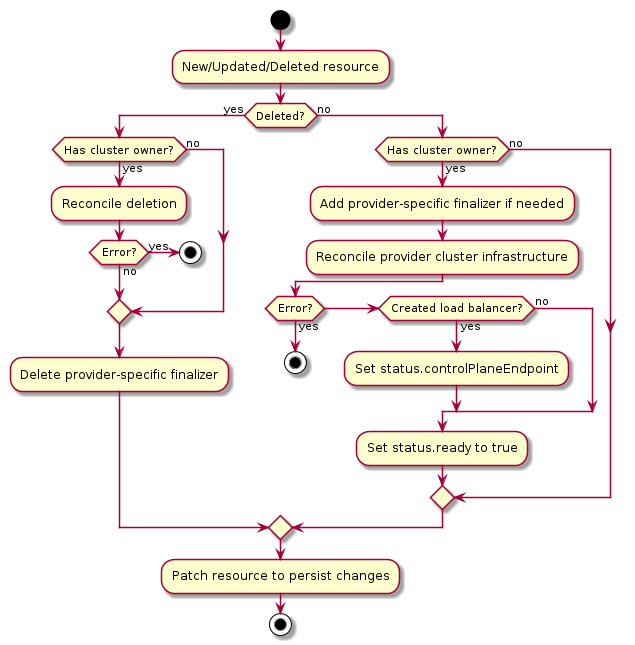
The PlantUML diagram docs/book/src/images/cluster-infra-provider.png in kubernetes-sigs/cluster-api, before a commit.
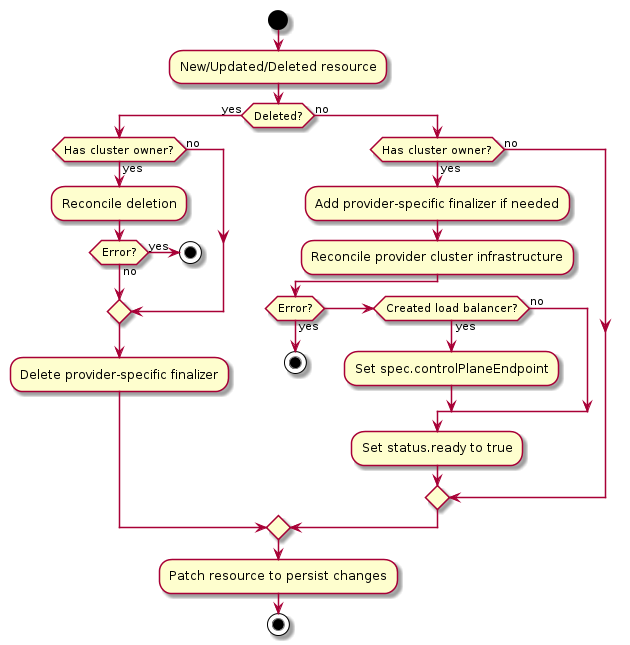
After the commit.

Commit message:
Fix the field name in cluster-infra-provider diagram

The edit, as a diff of the source:
```diff
@@ -21,7 +21,7 @@
         if (Error?) then (yes)
             stop
         elseif (Created load balancer?) then (yes)
-            :Set status.controlPlaneEndpoint;
+            :Set spec.controlPlaneEndpoint;
         else (no)
         endif
         :Set status.ready to true;
```
